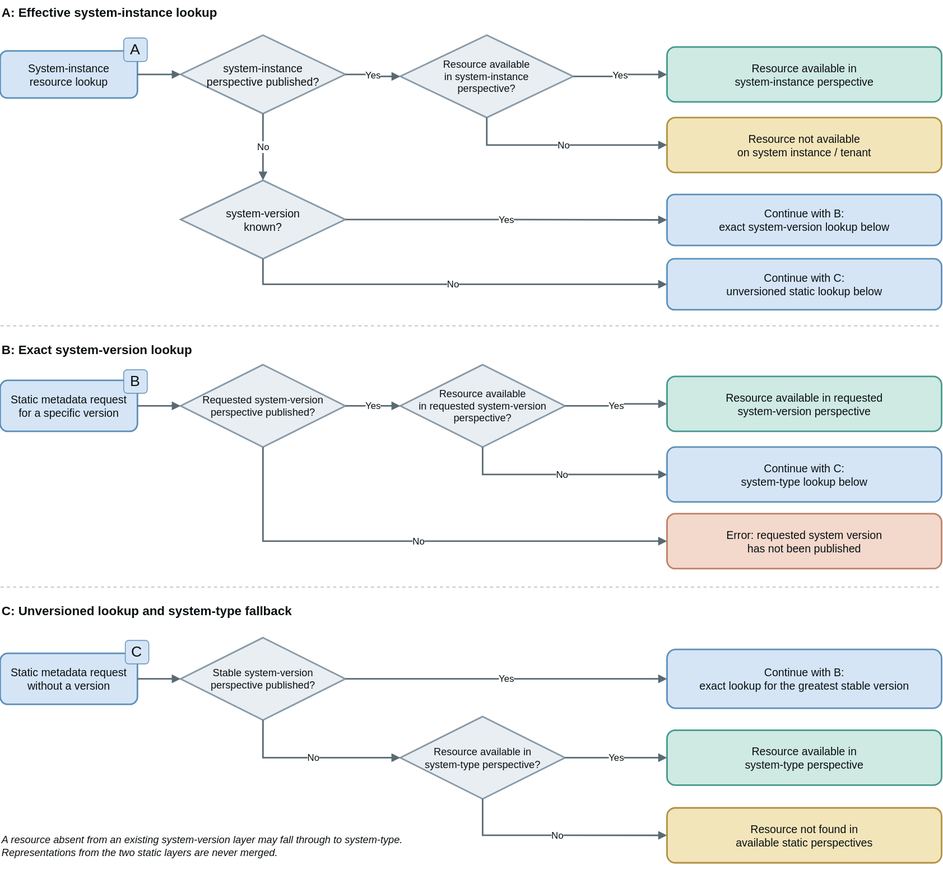
Before: static/img/perspective-resolution.drawio.svg, a diagram exported from draw.io (open-resource-discovery/specification). Source tidied: cells renumbered, new cells last; positions are measured from the earlier drawing's top-left corner, leaving out a move shared by most shapes.
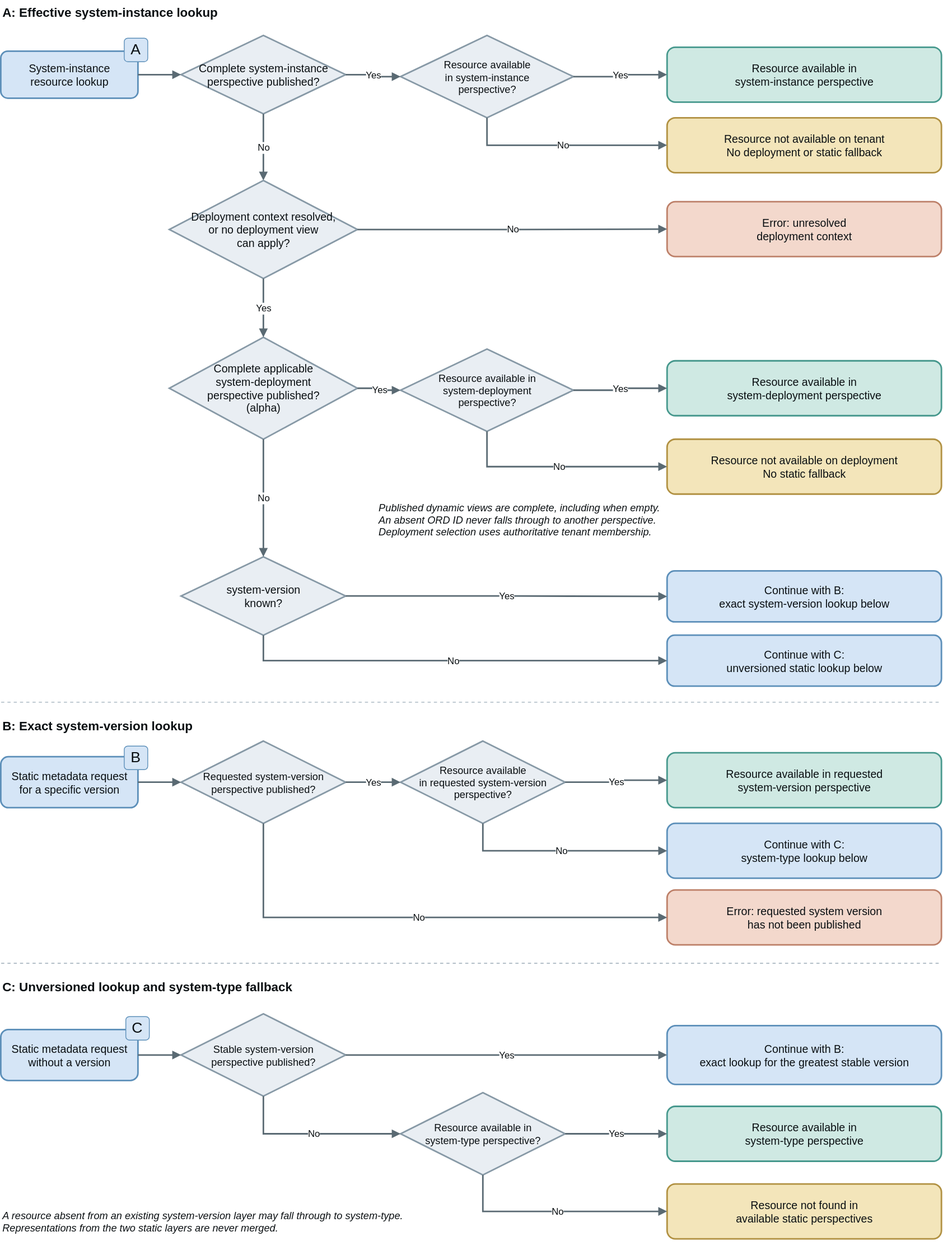
After the change.

Commit message:
Update the existing Draw.io perspective resolution diagram

Diff of the diagram source:
```diff
@@ -1,24 +1,24 @@
-<mxGraphModel>
+<mxGraphModel background="#ffffff">
   <root>
     <mxCell id="0" />
     <mxCell id="1" parent="0" />
     <mxCell id="2" value="A: Effective system-instance lookup" style="text;html=1;strokeColor=none;fillColor=none;align=left;verticalAlign=middle;fontStyle=1;fontSize=16;fontColor=#0a0f12;" parent="1" vertex="1">
-      <mxGeometry width="300" height="30" as="geometry" />
+      <mxGeometry y="-480" width="300" height="30" as="geometry" />
     </mxCell>
     <mxCell id="3" value="System-instance&lt;br&gt;resource lookup" style="rounded=1;whiteSpace=wrap;html=1;fillColor=#d5e5f6;strokeColor=#5c8fb9;strokeWidth=2;fontSize=14;fontColor=#0a0f12;" parent="1" vertex="1">
-      <mxGeometry y="65" width="175" height="60" as="geometry" />
+      <mxGeometry y="-415" width="175" height="60" as="geometry" />
     </mxCell>
-    <mxCell id="4" value="system-instance&lt;br&gt;perspective published?" style="rhombus;whiteSpace=wrap;html=1;fillColor=#e9eef3;strokeColor=#8799a6;strokeWidth=2;fontSize=14;fontColor=#0a0f12;" parent="1" vertex="1">
-      <mxGeometry x="230" y="45" width="210" height="100" as="geometry" />
+    <mxCell id="4" value="Complete system-instance&lt;br&gt;perspective published?" style="rhombus;whiteSpace=wrap;html=1;fillColor=#e9eef3;strokeColor=#8799a6;strokeWidth=2;fontSize=14;fontColor=#0a0f12;" parent="1" vertex="1">
+      <mxGeometry x="230" y="-435" width="210" height="100" as="geometry" />
     </mxCell>
     <mxCell id="5" value="Resource available &lt;br&gt;in&amp;nbsp;system-instance &lt;br&gt;perspective?" style="rhombus;whiteSpace=wrap;html=1;fillColor=#e9eef3;strokeColor=#8799a6;strokeWidth=2;fontSize=13;fontColor=#0a0f12;" parent="1" vertex="1">
-      <mxGeometry x="510" y="45" width="220.5" height="105" as="geometry" />
+      <mxGeometry x="510" y="-435" width="220.5" height="105" as="geometry" />
     </mxCell>
     <mxCell id="6" value="Resource available in&lt;br&gt;system-instance perspective" style="rounded=1;whiteSpace=wrap;html=1;fillColor=#cfe9e3;strokeColor=#46988d;strokeWidth=2;fontSize=14;fontColor=#0a0f12;" parent="1" vertex="1">
-      <mxGeometry x="850" y="60" width="350" height="70" as="geometry" />
+      <mxGeometry x="850" y="-420" width="350" height="70" as="geometry" />
     </mxCell>
-    <mxCell id="7" value="Resource not available&lt;br&gt;on system instance / tenant" style="rounded=1;whiteSpace=wrap;html=1;fillColor=#f3e5ba;strokeColor=#b19142;strokeWidth=2;fontSize=14;fontColor=#0a0f12;" parent="1" vertex="1">
-      <mxGeometry x="850" y="150" width="350" height="70" as="geometry" />
+    <mxCell id="7" value="Resource not available on tenant&lt;br&gt;No deployment or static fallback" style="rounded=1;whiteSpace=wrap;html=1;fillColor=#f3e5ba;strokeColor=#b19142;strokeWidth=2;fontSize=14;fontColor=#0a0f12;" parent="1" vertex="1">
+      <mxGeometry x="850" y="-330" width="350" height="70" as="geometry" />
     </mxCell>
     <mxCell id="8" value="system-version&lt;br&gt;known?" style="rhombus;whiteSpace=wrap;html=1;fillColor=#e9eef3;strokeColor=#8799a6;strokeWidth=2;fontSize=14;fontColor=#0a0f12;" parent="1" vertex="1">
       <mxGeometry x="230" y="230" width="210" height="100" as="geometry" />
@@ -41,7 +41,7 @@
     <mxCell id="14" value="No" style="edgeStyle=orthogonalEdgeStyle;rounded=0;jettySize=auto;html=1;endArrow=block;endFill=1;strokeWidth=2;fontSize=12;exitX=0.5;exitY=1;exitDx=0;exitDy=0;entryX=0;entryY=0.5;entryDx=0;entryDy=0;fontColor=#0a0f12;strokeColor=#5a6a73;" parent="1" edge="1" source="5" target="7">
       <mxGeometry relative="1" as="geometry" />
     </mxCell>
-    <mxCell id="15" value="No" style="edgeStyle=orthogonalEdgeStyle;rounded=0;jettySize=auto;html=1;endArrow=block;endFill=1;strokeWidth=2;fontSize=12;exitX=0.5;exitY=1;exitDx=0;exitDy=0;entryX=0.5;entryY=0;entryDx=0;entryDy=0;fontColor=#0a0f12;strokeColor=#5a6a73;" parent="1" edge="1" source="4" target="8">
+    <mxCell id="15" value="No" style="edgeStyle=orthogonalEdgeStyle;rounded=0;jettySize=auto;html=1;endArrow=block;endFill=1;strokeWidth=2;fontSize=12;exitX=0.5;exitY=1;exitDx=0;exitDy=0;entryX=0.5;entryY=0;entryDx=0;entryDy=0;fontColor=#0a0f12;strokeColor=#5a6a73;" parent="1" edge="1" source="4" target="48">
       <mxGeometry relative="1" as="geometry" />
     </mxCell>
     <mxCell id="16" value="Yes" style="edgeStyle=orthogonalEdgeStyle;rounded=0;jettySize=auto;html=1;endArrow=block;endFill=1;strokeWidth=2;fontSize=12;fontColor=#0a0f12;strokeColor=#5a6a73;" parent="1" edge="1" source="8" target="9">
@@ -136,7 +136,7 @@
       <mxGeometry relative="1" as="geometry" />
     </mxCell>
     <mxCell id="45" value="A" style="rounded=1;whiteSpace=wrap;html=1;fillColor=#d5e5f6;strokeColor=#5c8fb9;fontSize=19;fontColor=#0a0f12;" parent="1" vertex="1">
-      <mxGeometry x="157" y="48" width="30" height="30" as="geometry" />
+      <mxGeometry x="157" y="-432" width="30" height="30" as="geometry" />
     </mxCell>
     <mxCell id="46" value="B" style="rounded=1;whiteSpace=wrap;html=1;fillColor=#d5e5f6;strokeColor=#5c8fb9;fontSize=19;fontColor=#0a0f12;" parent="1" vertex="1">
       <mxGeometry x="157" y="471" width="30" height="30" as="geometry" />
@@ -144,5 +144,44 @@
     <mxCell id="47" value="C" style="rounded=1;whiteSpace=wrap;html=1;fillColor=#d5e5f6;strokeColor=#5c8fb9;fontSize=19;fontColor=#0a0f12;" parent="1" vertex="1">
       <mxGeometry x="159" y="816" width="30" height="30" as="geometry" />
     </mxCell>
+    <mxCell id="48" value="Deployment context resolved,&lt;br&gt;or no deployment view&lt;br&gt;can apply?" style="rhombus;whiteSpace=wrap;html=1;fillColor=#e9eef3;strokeColor=#8799a6;strokeWidth=2;fontSize=14;fontColor=#0a0f12;" parent="1" vertex="1">
+      <mxGeometry x="215" y="-250" width="240" height="125" as="geometry" />
+    </mxCell>
+    <mxCell id="49" value="Error: unresolved&lt;br&gt;deployment context" style="rounded=1;whiteSpace=wrap;html=1;fillColor=#f3d8cc;strokeColor=#bd8069;strokeWidth=2;fontSize=14;fontColor=#0a0f12;" parent="1" vertex="1">
+      <mxGeometry x="850" y="-223" width="350" height="70" as="geometry" />
+    </mxCell>
+    <mxCell id="50" value="Complete applicable&lt;br&gt;system-deployment&lt;br&gt;perspective published?&lt;br&gt;(alpha)" style="rhombus;whiteSpace=wrap;html=1;fillColor=#e9eef3;strokeColor=#8799a6;strokeWidth=2;fontSize=14;fontColor=#0a0f12;" parent="1" vertex="1">
+      <mxGeometry x="215" y="-50" width="240" height="130" as="geometry" />
+    </mxCell>
+    <mxCell id="51" value="Resource available in&lt;br&gt;system-deployment&lt;br&gt;perspective?" style="rhombus;whiteSpace=wrap;html=1;fillColor=#e9eef3;strokeColor=#8799a6;strokeWidth=2;fontSize=13;fontColor=#0a0f12;" parent="1" vertex="1">
+      <mxGeometry x="510" y="-35" width="220.5" height="105" as="geometry" />
+    </mxCell>
+    <mxCell id="52" value="Resource available in&lt;br&gt;system-deployment perspective" style="rounded=1;whiteSpace=wrap;html=1;fillColor=#cfe9e3;strokeColor=#46988d;strokeWidth=2;fontSize=14;fontColor=#0a0f12;" parent="1" vertex="1">
+      <mxGeometry x="850" y="-20" width="350" height="70" as="geometry" />
+    </mxCell>
+    <mxCell id="53" value="Resource not available on deployment&lt;br&gt;No static fallback" style="rounded=1;whiteSpace=wrap;html=1;fillColor=#f3e5ba;strokeColor=#b19142;strokeWidth=2;fontSize=14;fontColor=#0a0f12;" parent="1" vertex="1">
+      <mxGeometry x="850" y="80" width="350" height="70" as="geometry" />
+    </mxCell>
+    <mxCell id="54" value="Published dynamic views are complete, including when empty.&lt;br&gt;An absent ORD ID never falls through to another perspective.&lt;br&gt;Deployment selection uses authoritative tenant membership." style="text;html=1;strokeColor=none;fillColor=none;align=left;verticalAlign=middle;fontStyle=2;fontSize=13;fontColor=#0a0f12;" parent="1" vertex="1">
+      <mxGeometry x="480" y="150" width="720" height="65" as="geometry" />
+    </mxCell>
+    <mxCell id="55" value="No" style="edgeStyle=orthogonalEdgeStyle;rounded=0;jettySize=auto;html=1;endArrow=block;endFill=1;strokeWidth=2;fontSize=12;fontColor=#0a0f12;strokeColor=#5a6a73;" parent="1" edge="1" source="48" target="49">
+      <mxGeometry relative="1" as="geometry" />
+    </mxCell>
+    <mxCell id="56" value="Yes" style="edgeStyle=orthogonalEdgeStyle;rounded=0;jettySize=auto;html=1;endArrow=block;endFill=1;strokeWidth=2;fontSize=12;exitX=0.5;exitY=1;exitDx=0;exitDy=0;entryX=0.5;entryY=0;entryDx=0;entryDy=0;fontColor=#0a0f12;strokeColor=#5a6a73;" parent="1" edge="1" source="48" target="50">
+      <mxGeometry relative="1" as="geometry" />
+    </mxCell>
+    <mxCell id="57" value="Yes" style="edgeStyle=orthogonalEdgeStyle;rounded=0;jettySize=auto;html=1;endArrow=block;endFill=1;strokeWidth=2;fontSize=12;fontColor=#0a0f12;strokeColor=#5a6a73;" parent="1" edge="1" source="50" target="51">
+      <mxGeometry relative="1" as="geometry" />
+    </mxCell>
+    <mxCell id="58" value="Yes" style="edgeStyle=orthogonalEdgeStyle;rounded=0;jettySize=auto;html=1;endArrow=block;endFill=1;strokeWidth=2;fontSize=12;fontColor=#0a0f12;strokeColor=#5a6a73;" parent="1" edge="1" source="51" target="52">
+      <mxGeometry relative="1" as="geometry" />
+    </mxCell>
+    <mxCell id="59" value="No" style="edgeStyle=orthogonalEdgeStyle;rounded=0;jettySize=auto;html=1;endArrow=block;endFill=1;strokeWidth=2;fontSize=12;exitX=0.5;exitY=1;exitDx=0;exitDy=0;entryX=0;entryY=0.5;entryDx=0;entryDy=0;fontColor=#0a0f12;strokeColor=#5a6a73;" parent="1" edge="1" source="51" target="53">
+      <mxGeometry relative="1" as="geometry" />
+    </mxCell>
+    <mxCell id="60" value="No" style="edgeStyle=orthogonalEdgeStyle;rounded=0;jettySize=auto;html=1;endArrow=block;endFill=1;strokeWidth=2;fontSize=12;exitX=0.5;exitY=1;exitDx=0;exitDy=0;entryX=0.5;entryY=0;entryDx=0;entryDy=0;fontColor=#0a0f12;strokeColor=#5a6a73;" parent="1" edge="1" source="50" target="8">
+      <mxGeometry relative="1" as="geometry" />
+    </mxCell>
   </root>
 </mxGraphModel>
```
